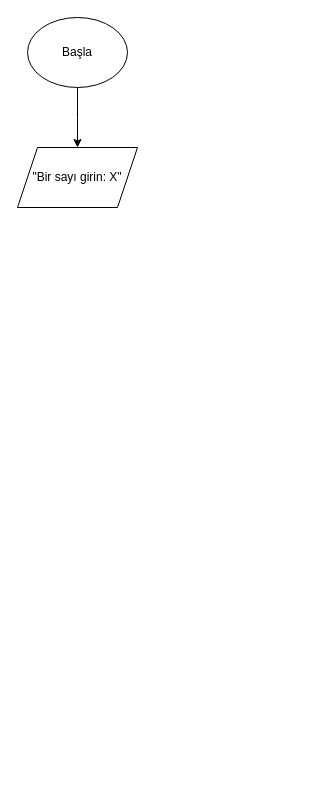
Before: primenumber.drawio in susukin0/algorithms101, a draw.io diagram. Source tidied: cells renumbered, new cells numbered last; positions are measured from the earlier drawing's top-left corner, leaving out a move shared by most shapes. Both pictures are drawn from the tidied source at 100%, with x=0, y=0 at pixel (17, 17).
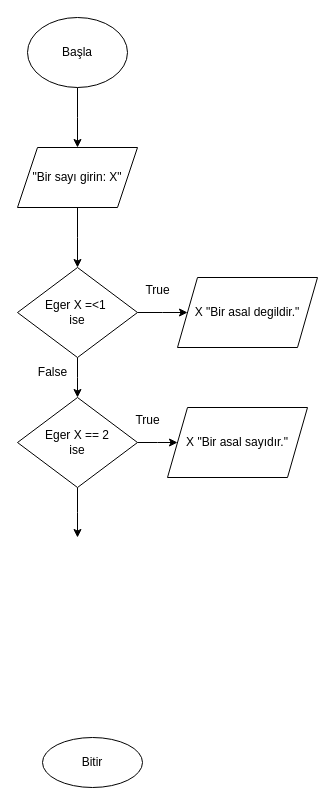
The same page after the edit.

The change refers to these unchanged cells:
```xml
<mxCell id="4" value="&quot;Bir sayı girin: X&quot;" style="shape=parallelogram;perimeter=parallelogramPerimeter;whiteSpace=wrap;html=1;fixedSize=1;" parent="1" vertex="1">
  <mxGeometry y="130" width="120" height="60" as="geometry" />
</mxCell>
```

What changed in the source:
```diff
@@
+    <mxCell id="5" style="edgeStyle=orthogonalEdgeStyle;rounded=0;jettySize=auto;html=1;" parent="1" edge="1" source="4">
+      <mxGeometry relative="1" as="geometry">
+        <mxPoint x="60" y="250" as="targetPoint" />
+      </mxGeometry>
+    </mxCell>
@@
+    <mxCell id="6" style="edgeStyle=orthogonalEdgeStyle;rounded=0;jettySize=auto;html=1;" parent="1" edge="1" source="8">
+      <mxGeometry relative="1" as="geometry">
+        <mxPoint x="170" y="295" as="targetPoint" />
+      </mxGeometry>
+    </mxCell>
+    <mxCell id="7" style="edgeStyle=orthogonalEdgeStyle;rounded=0;jettySize=auto;html=1;" parent="1" edge="1" source="8">
+      <mxGeometry relative="1" as="geometry">
+        <mxPoint x="60" y="380" as="targetPoint" />
+      </mxGeometry>
+    </mxCell>
+    <mxCell id="8" value="&lt;div&gt;Eger X =&amp;lt;1&amp;nbsp;&lt;/div&gt;&lt;div&gt;ise&lt;/div&gt;" style="rhombus;whiteSpace=wrap;html=1;" parent="1" vertex="1">
+      <mxGeometry y="250" width="120" height="90" as="geometry" />
+    </mxCell>
+    <mxCell id="9" value="True" style="text;html=1;align=center;verticalAlign=middle;strokeColor=none;fillColor=none;" parent="1" vertex="1">
+      <mxGeometry x="115" y="258" width="50" height="30" as="geometry" />
+    </mxCell>
+    <mxCell id="10" value="X &quot;Bir asal degildir.&quot;" style="shape=parallelogram;perimeter=parallelogramPerimeter;whiteSpace=wrap;html=1;fixedSize=1;" parent="1" vertex="1">
+      <mxGeometry x="160" y="260" width="140" height="70" as="geometry" />
+    </mxCell>
+    <mxCell id="11" value="Bitir" style="ellipse;whiteSpace=wrap;html=1;" parent="1" vertex="1">
+      <mxGeometry x="25" y="720" width="100" height="50" as="geometry" />
+    </mxCell>
+    <mxCell id="12" value="False" style="text;html=1;align=center;verticalAlign=middle;strokeColor=none;fillColor=none;" parent="1" vertex="1">
+      <mxGeometry x="10" y="340" width="50" height="30" as="geometry" />
+    </mxCell>
+    <mxCell id="13" style="edgeStyle=orthogonalEdgeStyle;rounded=0;jettySize=auto;html=1;" parent="1" edge="1" source="15">
+      <mxGeometry relative="1" as="geometry">
+        <mxPoint x="60" y="520" as="targetPoint" />
+      </mxGeometry>
+    </mxCell>
+    <mxCell id="14" style="edgeStyle=orthogonalEdgeStyle;rounded=0;jettySize=auto;html=1;" parent="1" edge="1" source="15">
+      <mxGeometry relative="1" as="geometry">
+        <mxPoint x="160" y="425" as="targetPoint" />
+      </mxGeometry>
+    </mxCell>
+    <mxCell id="15" value="&lt;div&gt;Eger X == 2 &lt;br&gt;&lt;/div&gt;&lt;div&gt;ise&lt;/div&gt;" style="rhombus;whiteSpace=wrap;html=1;" parent="1" vertex="1">
+      <mxGeometry y="380" width="120" height="90" as="geometry" />
+    </mxCell>
+    <mxCell id="16" value="X &quot;Bir asal sayıdır.&quot;" style="shape=parallelogram;perimeter=parallelogramPerimeter;whiteSpace=wrap;html=1;fixedSize=1;" parent="1" vertex="1">
+      <mxGeometry x="150" y="390" width="140" height="70" as="geometry" />
+    </mxCell>
+    <mxCell id="17" value="True" style="text;html=1;align=center;verticalAlign=middle;strokeColor=none;fillColor=none;" parent="1" vertex="1">
+      <mxGeometry x="105" y="388" width="50" height="30" as="geometry" />
+    </mxCell>
```
